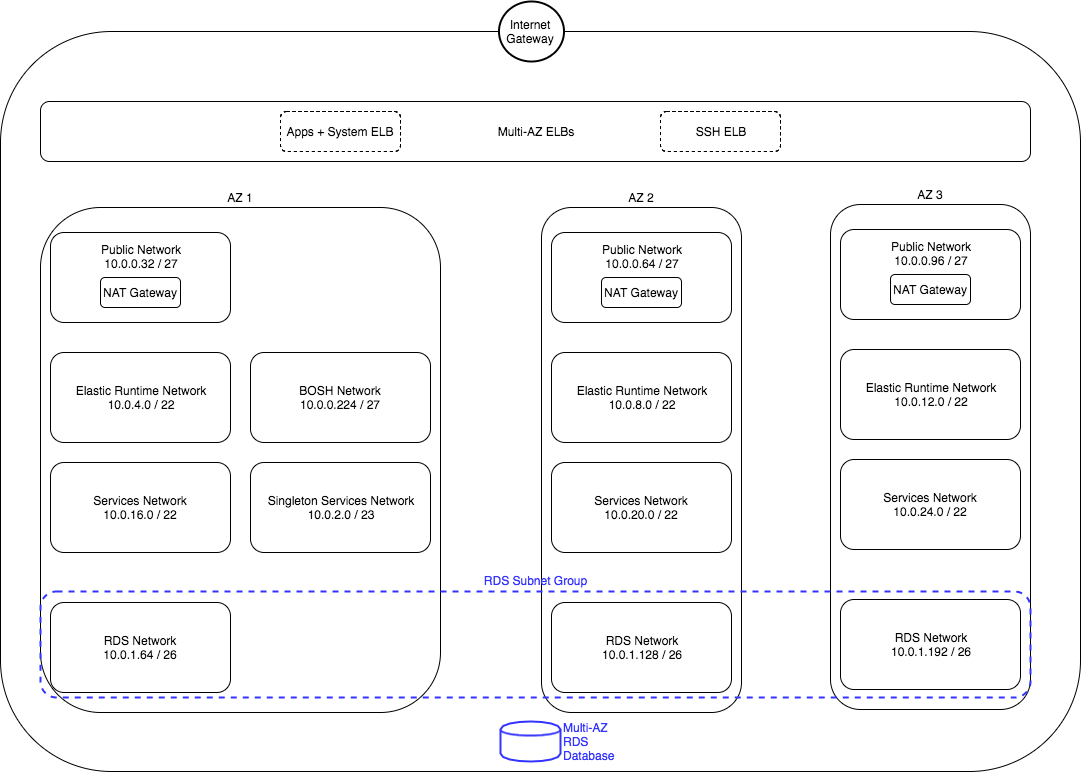
Earlier version of the draw.io export cf_ha_diagram.png (KumareshBabuNS/cf-ha-aws). Source tidied: cells renumbered, new cells last; positions are measured from the earlier drawing's top-left corner, leaving out a move shared by most shapes. The source it was exported from:
```xml
<mxGraphModel background="#ffffff">
  <root>
    <mxCell id="0" />
    <mxCell id="1" parent="0" />
    <mxCell id="2" style="rounded=1;whiteSpace=wrap;html=1;strokeColor=#000000;strokeWidth=1;fillColor=#ffffff;fontColor=#000000;align=center;" parent="1" vertex="1">
      <mxGeometry y="30" width="1080" height="740" as="geometry" />
    </mxCell>
    <mxCell id="3" value="Multi-AZ ELBs" style="rounded=1;whiteSpace=wrap;html=1;strokeColor=#000000;strokeWidth=1;fillColor=#ffffff;fontColor=#000000;align=center;labelPosition=center;verticalLabelPosition=middle;verticalAlign=middle;" parent="1" vertex="1">
      <mxGeometry x="40" y="100" width="990" height="60" as="geometry" />
    </mxCell>
    <mxCell id="4" style="group;" parent="1" vertex="1">
      <mxGeometry x="541" y="206" width="200" height="505" as="geometry" />
    </mxCell>
    <mxCell id="5" value="AZ 2" style="rounded=1;whiteSpace=wrap;html=1;strokeColor=#000000;strokeWidth=1;fillColor=#ffffff;fontColor=#000000;align=center;labelPosition=center;verticalLabelPosition=top;verticalAlign=bottom;" parent="4" vertex="1">
      <mxGeometry width="200" height="505" as="geometry" />
    </mxCell>
    <mxCell id="6" value="Public Network&lt;div&gt;10.0.0.64 / 27&lt;br&gt;&lt;div&gt;&lt;br&gt;&lt;/div&gt;&lt;div&gt;&lt;br&gt;&lt;/div&gt;&lt;div&gt;&lt;br&gt;&lt;/div&gt;&lt;/div&gt;" style="rounded=1;whiteSpace=wrap;html=1;strokeColor=#000000;strokeWidth=1;fillColor=#ffffff;fontColor=#000000;align=center;" parent="4" vertex="1">
      <mxGeometry x="10" y="25" width="180" height="90" as="geometry" />
    </mxCell>
    <mxCell id="7" value="NAT Gateway" style="rounded=1;whiteSpace=wrap;html=1;strokeColor=#000000;strokeWidth=1;fillColor=#ffffff;fontColor=#000000;align=center;" parent="4" vertex="1">
      <mxGeometry x="60" y="70" width="80" height="30" as="geometry" />
    </mxCell>
    <mxCell id="8" value="Elastic Runtime Network&lt;div&gt;10.0.8.0 / 22&lt;/div&gt;" style="rounded=1;whiteSpace=wrap;html=1;strokeColor=#000000;strokeWidth=1;fillColor=#ffffff;fontColor=#000000;align=center;" parent="4" vertex="1">
      <mxGeometry x="10" y="145" width="180" height="90" as="geometry" />
    </mxCell>
    <mxCell id="9" value="Services Network&lt;div&gt;10.0.20.0 / 22&lt;/div&gt;" style="rounded=1;whiteSpace=wrap;html=1;strokeColor=#000000;strokeWidth=1;fillColor=#ffffff;fontColor=#000000;align=center;" parent="4" vertex="1">
      <mxGeometry x="10" y="255" width="180" height="90" as="geometry" />
    </mxCell>
    <mxCell id="10" value="RDS Network&lt;div&gt;10.0.1.128 / 26&lt;/div&gt;" style="rounded=1;whiteSpace=wrap;html=1;strokeColor=#000000;strokeWidth=1;fillColor=#ffffff;fontColor=#000000;align=center;" parent="4" vertex="1">
      <mxGeometry x="10" y="395" width="180" height="90" as="geometry" />
    </mxCell>
    <mxCell id="11" style="group;" parent="1" vertex="1">
      <mxGeometry x="830" y="203" width="200" height="505" as="geometry" />
    </mxCell>
    <mxCell id="12" value="AZ 3" style="rounded=1;whiteSpace=wrap;html=1;strokeColor=#000000;strokeWidth=1;fillColor=#ffffff;fontColor=#000000;align=center;labelPosition=center;verticalLabelPosition=top;verticalAlign=bottom;" parent="11" vertex="1">
      <mxGeometry width="200" height="505" as="geometry" />
    </mxCell>
    <mxCell id="13" value="Public Network&lt;div&gt;10.0.0.96 / 27&lt;br&gt;&lt;div&gt;&lt;br&gt;&lt;/div&gt;&lt;div&gt;&lt;br&gt;&lt;/div&gt;&lt;div&gt;&lt;br&gt;&lt;/div&gt;&lt;/div&gt;" style="rounded=1;whiteSpace=wrap;html=1;strokeColor=#000000;strokeWidth=1;fillColor=#ffffff;fontColor=#000000;align=center;" parent="11" vertex="1">
      <mxGeometry x="10" y="25" width="180" height="90" as="geometry" />
    </mxCell>
    <mxCell id="14" value="NAT Gateway" style="rounded=1;whiteSpace=wrap;html=1;strokeColor=#000000;strokeWidth=1;fillColor=#ffffff;fontColor=#000000;align=center;" parent="11" vertex="1">
      <mxGeometry x="60" y="70" width="80" height="30" as="geometry" />
    </mxCell>
    <mxCell id="15" value="Elastic Runtime Network&lt;div&gt;10.0.12.0 / 22&lt;/div&gt;" style="rounded=1;whiteSpace=wrap;html=1;strokeColor=#000000;strokeWidth=1;fillColor=#ffffff;fontColor=#000000;align=center;" parent="11" vertex="1">
      <mxGeometry x="10" y="145" width="180" height="90" as="geometry" />
    </mxCell>
    <mxCell id="16" value="Services Network&lt;div&gt;10.0.24.0 / 22&lt;/div&gt;" style="rounded=1;whiteSpace=wrap;html=1;strokeColor=#000000;strokeWidth=1;fillColor=#ffffff;fontColor=#000000;align=center;" parent="11" vertex="1">
      <mxGeometry x="10" y="255" width="180" height="90" as="geometry" />
    </mxCell>
    <mxCell id="17" value="RDS Network&lt;div&gt;10.0.1.192 / 26&lt;/div&gt;" style="rounded=1;whiteSpace=wrap;html=1;strokeColor=#000000;strokeWidth=1;fillColor=#ffffff;fontColor=#000000;align=center;" parent="11" vertex="1">
      <mxGeometry x="10" y="395" width="180" height="90" as="geometry" />
    </mxCell>
    <mxCell id="18" value="Multi-AZ RDS Database" style="shape=cylinder;whiteSpace=wrap;html=1;strokeColor=#3333FF;strokeWidth=2;fillColor=none;fontColor=#3333FF;align=left;labelPosition=right;verticalLabelPosition=middle;verticalAlign=middle;" parent="1" vertex="1">
      <mxGeometry x="500" y="720" width="60" height="40" as="geometry" />
    </mxCell>
    <mxCell id="19" style="group;labelPosition=center;verticalLabelPosition=top;align=center;verticalAlign=bottom;" parent="1" vertex="1">
      <mxGeometry x="40" y="206" width="990" height="505" as="geometry" />
    </mxCell>
    <mxCell id="20" value="AZ 1" style="rounded=1;whiteSpace=wrap;html=1;strokeColor=#000000;strokeWidth=1;fillColor=#ffffff;fontColor=#000000;align=center;labelPosition=center;verticalLabelPosition=top;verticalAlign=bottom;" parent="19" vertex="1">
      <mxGeometry width="400" height="505" as="geometry" />
    </mxCell>
    <mxCell id="21" value="Public Network&lt;div&gt;10.0.0.32 / 27&lt;br&gt;&lt;div&gt;&lt;br&gt;&lt;/div&gt;&lt;div&gt;&lt;br&gt;&lt;/div&gt;&lt;div&gt;&lt;br&gt;&lt;/div&gt;&lt;/div&gt;" style="rounded=1;whiteSpace=wrap;html=1;strokeColor=#000000;strokeWidth=1;fillColor=#ffffff;fontColor=#000000;align=center;" parent="19" vertex="1">
      <mxGeometry x="10" y="25" width="180" height="90" as="geometry" />
    </mxCell>
    <mxCell id="22" value="NAT Gateway" style="rounded=1;whiteSpace=wrap;html=1;strokeColor=#000000;strokeWidth=1;fillColor=#ffffff;fontColor=#000000;align=center;" parent="19" vertex="1">
      <mxGeometry x="60" y="70" width="80" height="30" as="geometry" />
    </mxCell>
    <mxCell id="23" value="Elastic Runtime Network&lt;div&gt;10.0.4.0 / 22&lt;/div&gt;" style="rounded=1;whiteSpace=wrap;html=1;strokeColor=#000000;strokeWidth=1;fillColor=#ffffff;fontColor=#000000;align=center;" parent="19" vertex="1">
      <mxGeometry x="10" y="145" width="180" height="90" as="geometry" />
    </mxCell>
    <mxCell id="24" value="Services Network&lt;div&gt;10.0.16.0 / 22&lt;/div&gt;" style="rounded=1;whiteSpace=wrap;html=1;strokeColor=#000000;strokeWidth=1;fillColor=#ffffff;fontColor=#000000;align=center;" parent="19" vertex="1">
      <mxGeometry x="10" y="255" width="180" height="90" as="geometry" />
    </mxCell>
    <mxCell id="25" value="RDS Network&lt;div&gt;10.0.1.64 / 26&lt;/div&gt;" style="rounded=1;whiteSpace=wrap;html=1;strokeColor=#000000;strokeWidth=1;fillColor=#ffffff;fontColor=#000000;align=center;" parent="19" vertex="1">
      <mxGeometry x="10" y="395" width="180" height="90" as="geometry" />
    </mxCell>
    <mxCell id="26" value="Singleton Services Network&lt;div&gt;10.0.2.0 / 23&lt;/div&gt;" style="rounded=1;whiteSpace=wrap;html=1;strokeColor=#000000;strokeWidth=1;fillColor=#ffffff;fontColor=#000000;align=center;" parent="19" vertex="1">
      <mxGeometry x="210" y="255" width="180" height="90" as="geometry" />
    </mxCell>
    <mxCell id="27" value="BOSH Network&lt;div&gt;10.0.0.224 / 27&lt;/div&gt;" style="rounded=1;whiteSpace=wrap;html=1;strokeColor=#000000;strokeWidth=1;fillColor=#ffffff;fontColor=#000000;align=center;" parent="19" vertex="1">
      <mxGeometry x="210" y="145" width="180" height="90" as="geometry" />
    </mxCell>
    <mxCell id="28" value="RDS Subnet Group" style="rounded=1;whiteSpace=wrap;html=1;strokeColor=#3333FF;strokeWidth=2;fillColor=none;fontColor=#3333FF;align=center;dashed=1;labelPosition=center;verticalLabelPosition=top;verticalAlign=bottom;" parent="1" vertex="1">
      <mxGeometry x="40" y="590" width="990" height="106" as="geometry" />
    </mxCell>
    <mxCell id="29" value="Apps + System ELB" style="rounded=1;whiteSpace=wrap;html=1;strokeColor=#000000;strokeWidth=1;fillColor=#ffffff;fontColor=#000000;align=center;dashed=1;" parent="1" vertex="1">
      <mxGeometry x="280" y="110" width="120" height="40" as="geometry" />
    </mxCell>
    <mxCell id="30" value="SSH ELB" style="rounded=1;whiteSpace=wrap;html=1;strokeColor=#000000;strokeWidth=1;fillColor=#ffffff;fontColor=#000000;align=center;dashed=1;" parent="1" vertex="1">
      <mxGeometry x="660" y="110" width="120" height="40" as="geometry" />
    </mxCell>
    <mxCell id="31" value="Internet&lt;div&gt;Gateway&lt;/div&gt;" style="ellipse;whiteSpace=wrap;html=1;strokeColor=#000000;strokeWidth=2;fillColor=#ffffff;fontColor=#000000;align=center;" parent="1" vertex="1">
      <mxGeometry x="498" width="65" height="60" as="geometry" />
    </mxCell>
  </root>
</mxGraphModel>
```
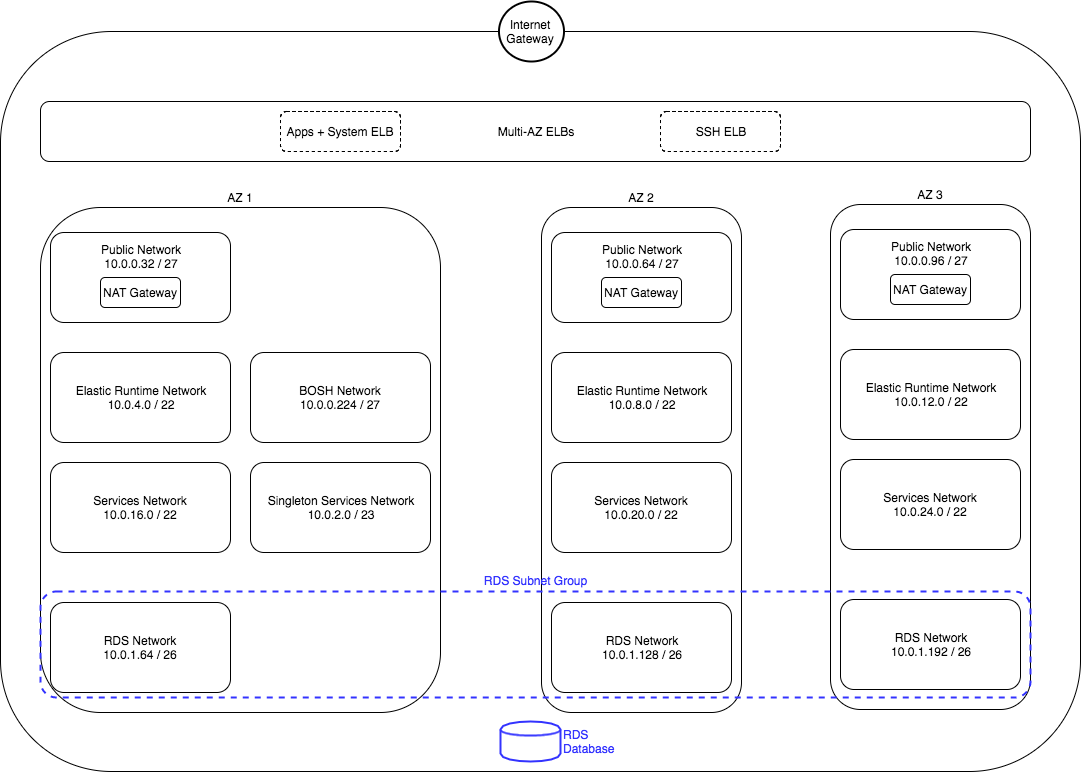
The same file after the commit.

Commit message:
update architecture diagram

Change to the diagram source:
```diff
@@ -50,7 +50,7 @@
     <mxCell id="17" value="RDS Network&lt;div&gt;10.0.1.192 / 26&lt;/div&gt;" style="rounded=1;whiteSpace=wrap;html=1;strokeColor=#000000;strokeWidth=1;fillColor=#ffffff;fontColor=#000000;align=center;" parent="11" vertex="1">
       <mxGeometry x="10" y="395" width="180" height="90" as="geometry" />
     </mxCell>
-    <mxCell id="18" value="Multi-AZ RDS Database" style="shape=cylinder;whiteSpace=wrap;html=1;strokeColor=#3333FF;strokeWidth=2;fillColor=none;fontColor=#3333FF;align=left;labelPosition=right;verticalLabelPosition=middle;verticalAlign=middle;" parent="1" vertex="1">
+    <mxCell id="18" value="RDS Database" style="shape=cylinder;whiteSpace=wrap;html=1;strokeColor=#3333FF;strokeWidth=2;fillColor=none;fontColor=#3333FF;align=left;labelPosition=right;verticalLabelPosition=middle;verticalAlign=middle;" parent="1" vertex="1">
       <mxGeometry x="500" y="720" width="60" height="40" as="geometry" />
     </mxCell>
     <mxCell id="19" style="group;labelPosition=center;verticalLabelPosition=top;align=center;verticalAlign=bottom;" parent="1" vertex="1">
```
